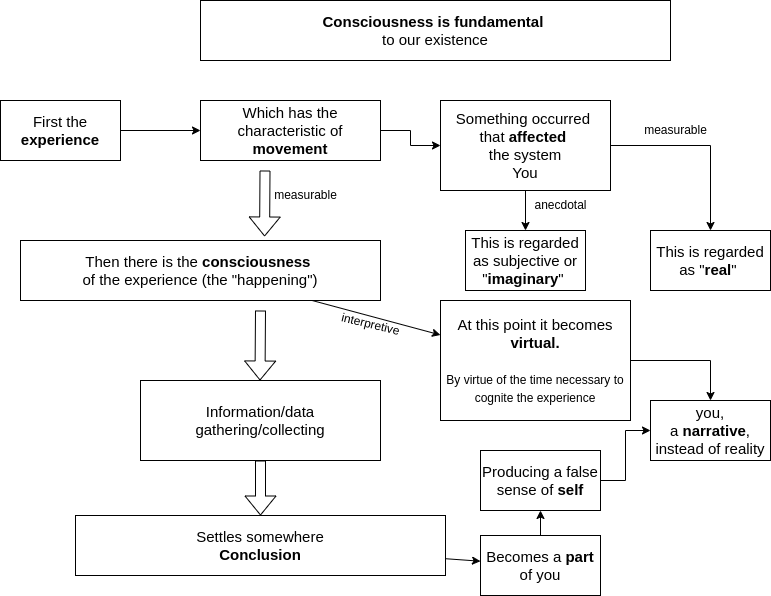
The draw.io diagram site/posts/img/qkab/consciousness.png in jewelsofthought/neshama, before a commit. Source tidied: cells renumbered, new cells last; positions are measured from the earlier drawing's top-left corner, leaving out a move shared by most shapes.
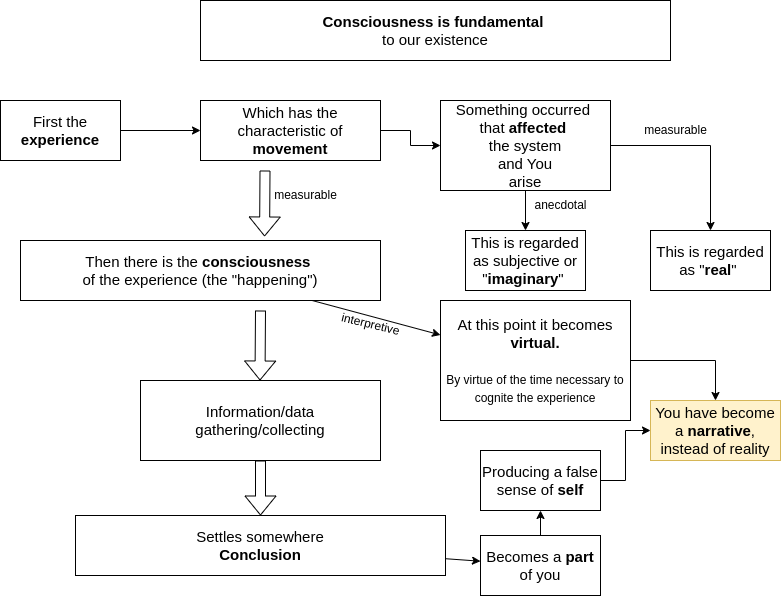
After the commit.

What changed in the source:
```diff
@@ -23,7 +23,7 @@
     <mxCell id="8" style="edgeStyle=orthogonalEdgeStyle;rounded=0;jettySize=auto;html=1;" parent="1" edge="1" source="9" target="27">
       <mxGeometry relative="1" as="geometry" />
     </mxCell>
-    <mxCell id="9" value="Something occurred&amp;nbsp;&lt;br&gt;that &lt;b&gt;affected&lt;/b&gt;&amp;nbsp;&lt;br&gt;the system&lt;br&gt;You" style="whiteSpace=wrap;html=1;rounded=0;fontSize=15;" parent="1" vertex="1">
+    <mxCell id="9" value="Something occurred&amp;nbsp;&lt;br&gt;that &lt;b&gt;affected&lt;/b&gt;&amp;nbsp;&lt;br&gt;the system&lt;br&gt;and You&lt;br&gt;arise" style="whiteSpace=wrap;html=1;rounded=0;fontSize=15;" parent="1" vertex="1">
       <mxGeometry x="440" y="100" width="170" height="90" as="geometry" />
     </mxCell>
     <mxCell id="10" value="This is regarded as &quot;&lt;b&gt;real&lt;/b&gt;&quot;&amp;nbsp;" style="whiteSpace=wrap;html=1;rounded=0;fontSize=15;" parent="1" vertex="1">
@@ -78,8 +78,8 @@
     <mxCell id="24" value="Producing a false sense of &lt;b&gt;self&lt;/b&gt;" style="whiteSpace=wrap;html=1;rounded=0;fontSize=15;" parent="1" vertex="1">
       <mxGeometry x="480" y="450" width="120" height="60" as="geometry" />
     </mxCell>
-    <mxCell id="25" value="you,&lt;br&gt;a &lt;b&gt;narrative&lt;/b&gt;,&lt;br&gt;instead of reality" style="whiteSpace=wrap;html=1;rounded=0;fontSize=15;" parent="1" vertex="1">
-      <mxGeometry x="650" y="400" width="120" height="60" as="geometry" />
+    <mxCell id="25" value="You have become&lt;br&gt;a &lt;b&gt;narrative&lt;/b&gt;,&lt;br&gt;instead of reality" style="whiteSpace=wrap;html=1;rounded=0;fontSize=15;fillColor=#fff2cc;strokeColor=#d6b656;" parent="1" vertex="1">
+      <mxGeometry x="650" y="400" width="130" height="60" as="geometry" />
     </mxCell>
     <mxCell id="26" value="measurable" style="text;html=1;align=center;verticalAlign=middle;strokeColor=none;fillColor=none;" parent="1" vertex="1">
       <mxGeometry x="260" y="180" width="90" height="30" as="geometry" />
```
